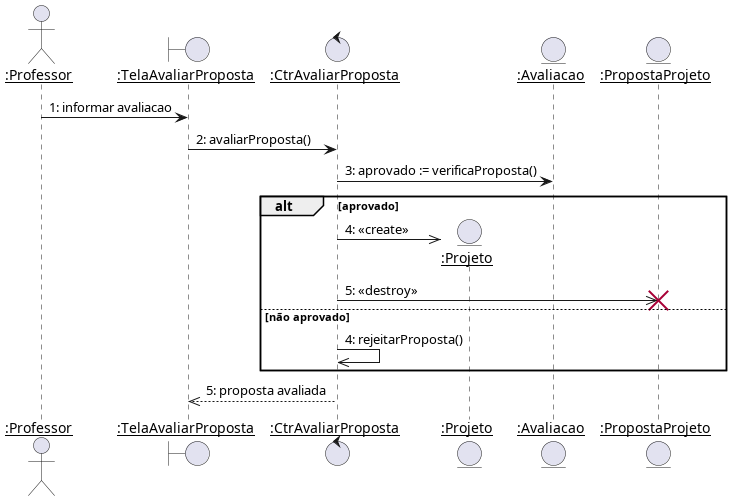
Pedro-V/projetorium keeps this PlantUML diagram as diagramas/sequencia/avaliar_proposta.png. Above is the earlier version.
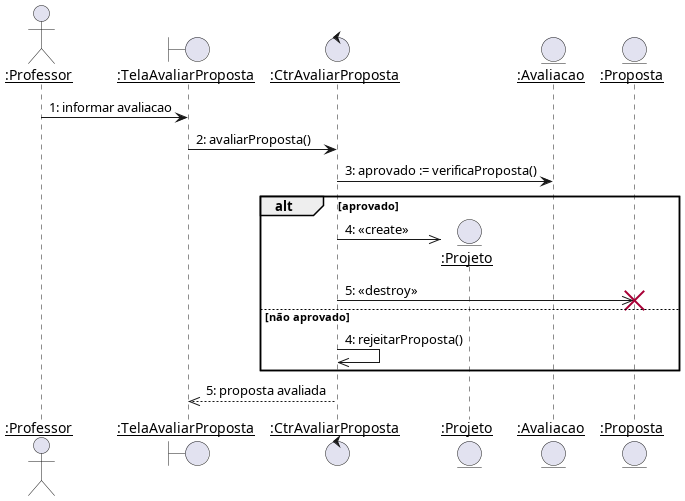
The same file after the commit.

What changed in the source:
```diff
@@ -6,14 +6,14 @@
 control ":CtrAvaliarProposta" as CtrAvaliarProposta
 entity ":Projeto" as Projeto
 entity ":Avaliacao" as Avaliacao
-entity ":PropostaProjeto" as PropostaProjeto
+entity ":Proposta" as Proposta
 
 Professor -> TelaAvaliarProposta : 1: informar avaliacao
 TelaAvaliarProposta -> CtrAvaliarProposta : 2: avaliarProposta()
 CtrAvaliarProposta -> Avaliacao : 3: aprovado := verificaProposta()
 alt aprovado
   CtrAvaliarProposta ->> Projeto ** : 4: <<create>>
-  CtrAvaliarProposta ->> PropostaProjeto !! : 5: <<destroy>>
+  CtrAvaliarProposta ->> Proposta !! : 5: <<destroy>>
 else não aprovado
   CtrAvaliarProposta ->> CtrAvaliarProposta : 4: rejeitarProposta()
 end
```
